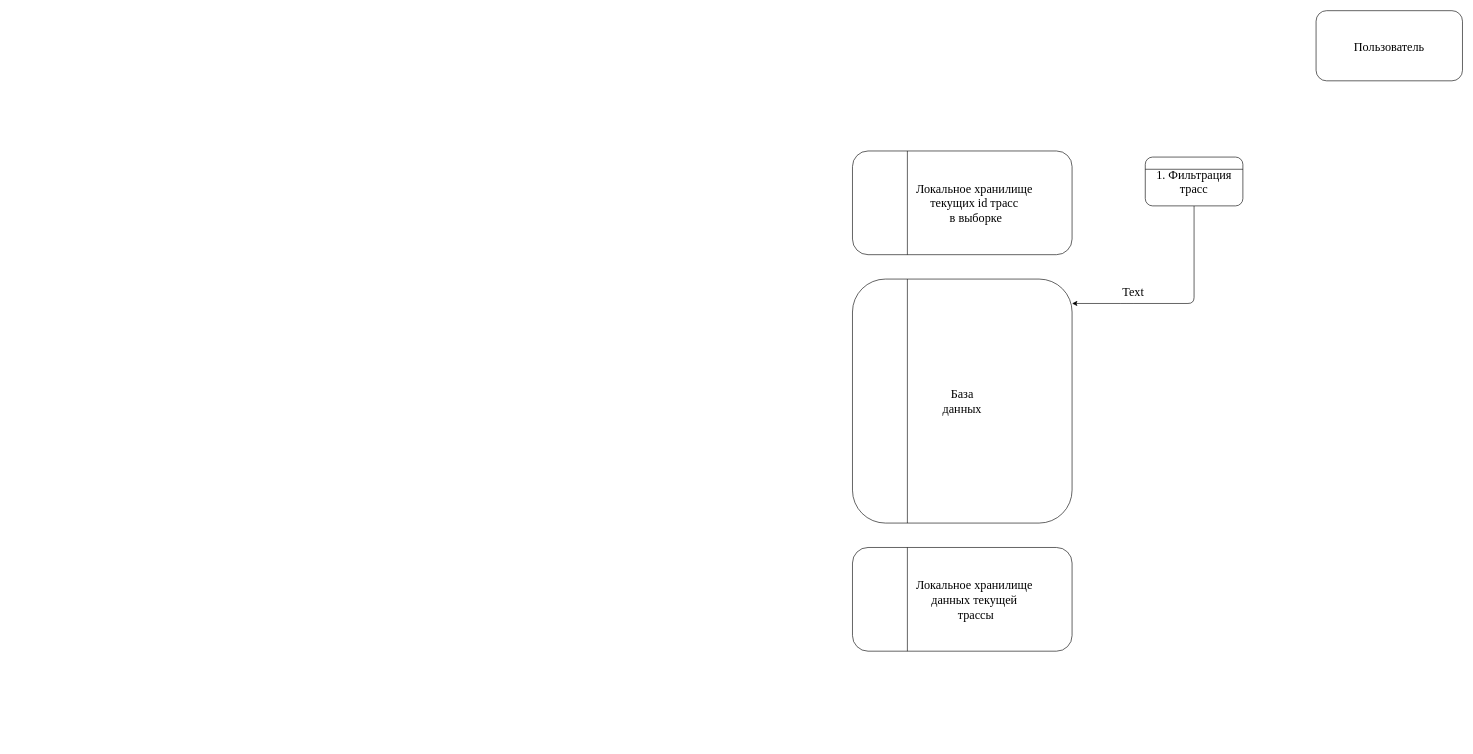
This is Семестр 1/Основы разработки программного обеспечения/lab 3/Схема взаимодействия.drawio from ATOM3448/Fourth-Course, a draw.io file, before an edit. Source tidied: cells renumbered, new cells numbered last; positions are measured from the earlier drawing's top-left corner, leaving out a move shared by most shapes. Both pictures are drawn from the tidied source at 61%, with x=0, y=0 at pixel (852, 10).
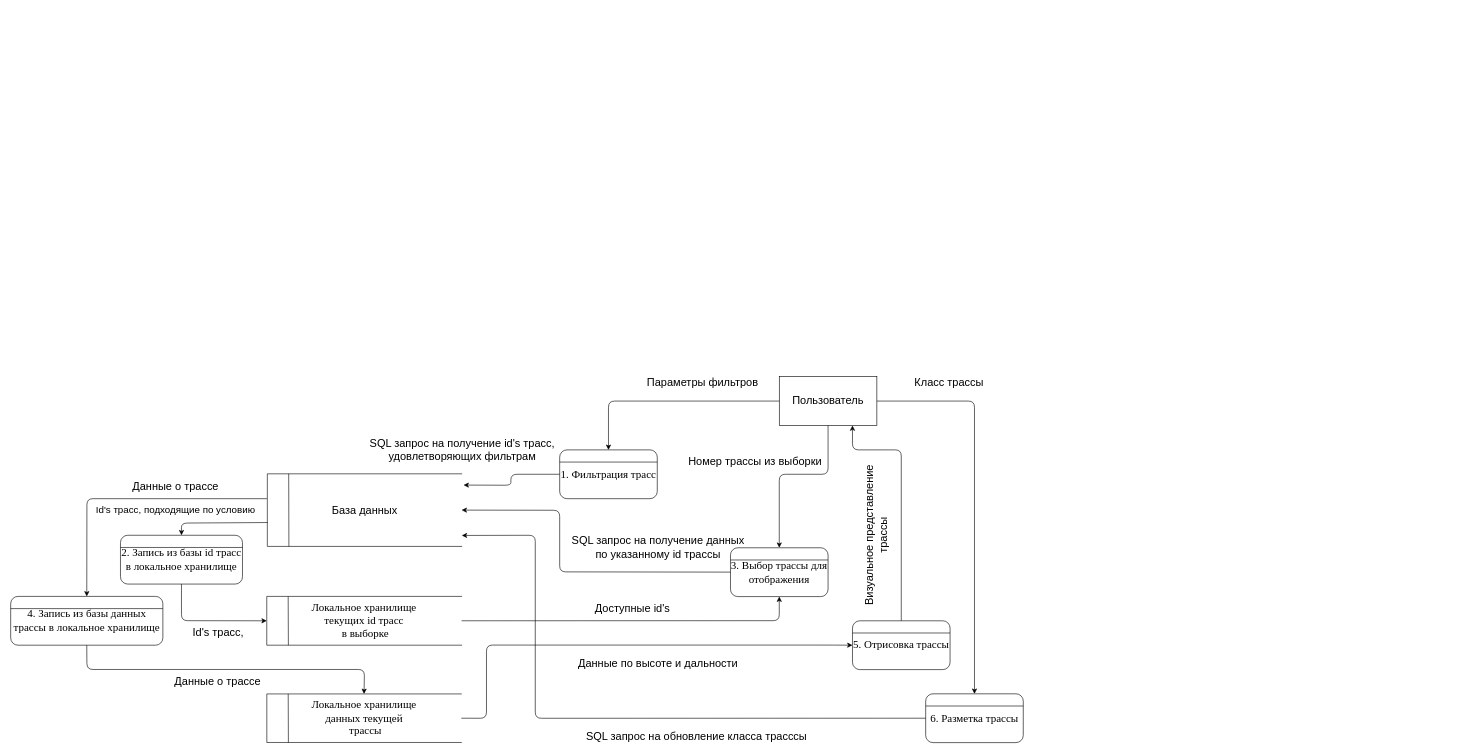
The same diagram, later.

What changed in the source:
```diff
@@
-    <mxCell id="2" style="edgeStyle=none;html=1;fontFamily=Times New Roman;fontSize=20;" parent="1" edge="1" source="4">
-      <mxGeometry relative="1" as="geometry">
-        <mxPoint x="360" y="480" as="targetPoint" />
-        <Array as="points">
-          <mxPoint x="560" y="480" />
-          <mxPoint x="450" y="480" />
-        </Array>
-      </mxGeometry>
-    </mxCell>
-    <mxCell id="3" value="Text" style="edgeLabel;html=1;align=center;verticalAlign=middle;fontSize=20;fontFamily=Times New Roman;" parent="2" vertex="1">
-      <mxGeometry x="0.44" y="4" relative="1" as="geometry">
-        <mxPoint x="-2" y="-24" as="offset" />
-      </mxGeometry>
-    </mxCell>
+    <mxCell id="13" value="SQL запрос на получение id's трасс,&lt;br&gt;удовлетворяющих фильтрам" style="edgeStyle=none;html=1;entryX=0.155;entryY=-0.01;entryDx=0;entryDy=0;entryPerimeter=0;fontSize=18;labelBackgroundColor=none;" parent="1" edge="1" source="4" target="6">
+      <mxGeometry x="1" y="-58" relative="1" as="geometry">
+        <Array as="points">
+          <mxPoint x="-560" y="760" />
+          <mxPoint x="-560" y="778" />
+        </Array>
+        <mxPoint x="-2" as="offset" />
+      </mxGeometry>
+    </mxCell>
-    <mxCell id="4" value="1. Фильтрация трасс" style="rounded=1;whiteSpace=wrap;html=1;fontFamily=Times New Roman;fontSize=20;" parent="1" vertex="1">
-      <mxGeometry x="480" y="240" width="160" height="80" as="geometry" />
+    <mxCell id="4" value="1. Фильтрация трасс" style="rounded=1;whiteSpace=wrap;html=1;fontFamily=Times New Roman;fontSize=18;fillColor=none;" parent="1" vertex="1">
+      <mxGeometry x="-480" y="720" width="160" height="80" as="geometry" />
     </mxCell>
-    <mxCell id="5" value="Пользователь" style="rounded=1;whiteSpace=wrap;html=1;fontFamily=Times New Roman;fontSize=20;" parent="1" vertex="1">
-      <mxGeometry x="760" width="240" height="115" as="geometry" />
-    </mxCell>
-    <mxCell id="6" value="База&lt;br&gt;данных" style="rounded=1;whiteSpace=wrap;html=1;fontFamily=Times New Roman;fontSize=20;" parent="1" vertex="1">
-      <mxGeometry y="440" width="360" height="400" as="geometry" />
-    </mxCell>
-    <mxCell id="7" style="endArrow=none;html=1;fontFamily=Times New Roman;fontSize=20;entryX=1;entryY=0.25;entryDx=0;entryDy=0;exitX=0;exitY=0.25;exitDx=0;exitDy=0;" parent="1" edge="1" source="4" target="4">
+    <mxCell id="7" style="endArrow=none;html=1;fontFamily=Times New Roman;fontSize=18;entryX=1;entryY=0.25;entryDx=0;entryDy=0;exitX=0;exitY=0.25;exitDx=0;exitDy=0;" parent="1" edge="1" source="4" target="4">
       <mxGeometry relative="1" as="geometry" />
     </mxCell>
-    <mxCell id="8" style="endArrow=none;html=1;fontFamily=Times New Roman;fontSize=20;exitX=0.25;exitY=1;exitDx=0;exitDy=0;entryX=0.25;entryY=0;entryDx=0;entryDy=0;" parent="1" edge="1" source="6" target="6">
+    <mxCell id="8" style="endArrow=none;html=1;fontFamily=Times New Roman;fontSize=18;exitX=1.001;exitY=0.889;exitDx=0;exitDy=0;exitPerimeter=0;entryX=0;entryY=0.89;entryDx=0;entryDy=0;entryPerimeter=0;" parent="1" edge="1" source="6" target="6">
       <mxGeometry relative="1" as="geometry" />
     </mxCell>
+    <mxCell id="14" value="Параметры фильтров" style="edgeStyle=none;html=1;entryX=0.5;entryY=0;entryDx=0;entryDy=0;fontSize=18;labelBackgroundColor=none;" parent="1" edge="1" source="5" target="4">
+      <mxGeometry x="-0.3" y="-30" relative="1" as="geometry">
+        <Array as="points">
+          <mxPoint x="-400" y="640" />
+        </Array>
+      </mxGeometry>
+    </mxCell>
+    <mxCell id="15" value="Класс трассы" style="edgeStyle=none;html=1;entryX=0.5;entryY=0;entryDx=0;entryDy=0;fontSize=18;labelBackgroundColor=none;" parent="1" edge="1" source="5" target="26">
+      <mxGeometry x="-0.63" y="30" relative="1" as="geometry">
+        <Array as="points">
+          <mxPoint x="200" y="640" />
+        </Array>
+      </mxGeometry>
+    </mxCell>
+    <mxCell id="16" value="Номер трассы из выборки" style="edgeStyle=none;html=1;entryX=0.5;entryY=0;entryDx=0;entryDy=0;fontSize=18;labelBackgroundColor=none;" parent="1" edge="1" source="5" target="29">
+      <mxGeometry x="0.14" y="-45" relative="1" as="geometry">
+        <Array as="points">
+          <mxPoint x="-40" y="760" />
+          <mxPoint x="-120" y="760" />
+        </Array>
+        <mxPoint x="5" y="-20" as="offset" />
+      </mxGeometry>
+    </mxCell>
+    <mxCell id="5" value="Пользователь" style="rounded=0;whiteSpace=wrap;html=1;fontSize=18;fillColor=none;" parent="1" vertex="1">
+      <mxGeometry x="-120" y="600" width="160" height="80" as="geometry" />
+    </mxCell>
+    <mxCell id="17" value="&lt;span style=&quot;font-family: Helvetica; font-size: 18px; font-style: normal; font-variant-ligatures: normal; font-variant-caps: normal; font-weight: 400; letter-spacing: normal; orphans: 2; text-align: center; text-indent: 0px; text-transform: none; widows: 2; word-spacing: 0px; -webkit-text-stroke-width: 0px; text-decoration-thickness: initial; text-decoration-style: initial; text-decoration-color: initial; float: none; display: inline !important;&quot;&gt;Данные о трассе&lt;/span&gt;" style="edgeStyle=none;html=1;entryX=0.5;entryY=0;entryDx=0;entryDy=0;labelBackgroundColor=none;fontSize=18;fontColor=default;" parent="1" edge="1" target="34">
+      <mxGeometry x="-0.34" y="-20" relative="1" as="geometry">
+        <mxPoint x="-960" y="800" as="sourcePoint" />
+        <Array as="points">
+          <mxPoint x="-1255" y="800" />
+        </Array>
+      </mxGeometry>
+    </mxCell>
+    <mxCell id="18" value="&lt;span style=&quot;font-family: Helvetica; font-size: 16px; font-style: normal; font-variant-ligatures: normal; font-variant-caps: normal; font-weight: 400; letter-spacing: normal; orphans: 2; text-align: center; text-indent: 0px; text-transform: none; widows: 2; word-spacing: 0px; -webkit-text-stroke-width: 0px; text-decoration-thickness: initial; text-decoration-style: initial; text-decoration-color: initial; float: none; display: inline !important;&quot;&gt;Id's трасс, подходящие по условию&lt;/span&gt;" style="edgeStyle=none;html=1;fontSize=16;exitX=0.671;exitY=0.998;exitDx=0;exitDy=0;exitPerimeter=0;labelBackgroundColor=none;" parent="1" edge="1" source="6" target="31">
+      <mxGeometry x="0.75" y="-23" relative="1" as="geometry">
+        <Array as="points">
+          <mxPoint x="-1100" y="840" />
+        </Array>
+        <mxPoint x="13" y="-22" as="offset" />
+      </mxGeometry>
+    </mxCell>
+    <mxCell id="6" value="База данных" style="shape=partialRectangle;whiteSpace=wrap;html=1;bottom=1;right=1;left=1;top=0;fillColor=none;routingCenterX=-0.5;rounded=0;fontSize=18;rotation=90;verticalAlign=middle;textDirection=ltr;horizontal=0;" parent="1" vertex="1">
+      <mxGeometry x="-859.5" y="659.5" width="119" height="318.5" as="geometry" />
+    </mxCell>
+    <mxCell id="12" style="endArrow=none;html=1;fontFamily=Times New Roman;fontSize=18;exitX=1.001;exitY=0.889;exitDx=0;exitDy=0;exitPerimeter=0;entryX=0;entryY=0.89;entryDx=0;entryDy=0;entryPerimeter=0;" parent="1" edge="1" source="11" target="11">
+      <mxGeometry relative="1" as="geometry" />
+    </mxCell>
+    <mxCell id="19" value="&lt;span style=&quot;font-family: Helvetica; font-size: 18px; font-style: normal; font-variant-ligatures: normal; font-variant-caps: normal; font-weight: 400; letter-spacing: normal; orphans: 2; text-align: center; text-indent: 0px; text-transform: none; widows: 2; word-spacing: 0px; -webkit-text-stroke-width: 0px; text-decoration-thickness: initial; text-decoration-style: initial; text-decoration-color: initial; float: none; display: inline !important;&quot;&gt;Данные по высоте&amp;nbsp;&lt;/span&gt;&lt;span style=&quot;font-family: Helvetica; font-size: 18px; font-style: normal; font-variant-ligatures: normal; font-variant-caps: normal; font-weight: 400; letter-spacing: normal; orphans: 2; text-align: center; text-indent: 0px; text-transform: none; widows: 2; word-spacing: 0px; -webkit-text-stroke-width: 0px; text-decoration-thickness: initial; text-decoration-style: initial; text-decoration-color: initial; float: none; display: inline !important;&quot;&gt;и дальности&lt;/span&gt;" style="edgeStyle=none;html=1;entryX=0;entryY=0.5;entryDx=0;entryDy=0;fontSize=18;exitX=0.5;exitY=0;exitDx=0;exitDy=0;labelBackgroundColor=none;" parent="1" edge="1" source="11" target="23">
+      <mxGeometry x="0.16" y="-30" relative="1" as="geometry">
+        <Array as="points">
+          <mxPoint x="-600" y="1160" />
+          <mxPoint x="-600" y="1040" />
+          <mxPoint x="-40" y="1040" />
+        </Array>
+      </mxGeometry>
+    </mxCell>
+    <mxCell id="11" value="&lt;span style=&quot;font-family: &amp;quot;Times New Roman&amp;quot;;&quot;&gt;Локальное хранилище&lt;/span&gt;&lt;br style=&quot;font-family: &amp;quot;Times New Roman&amp;quot;;&quot;&gt;&lt;span style=&quot;font-family: &amp;quot;Times New Roman&amp;quot;;&quot;&gt;&lt;/span&gt;&lt;span style=&quot;font-family: &amp;quot;Times New Roman&amp;quot;;&quot;&gt;данных текущей&lt;/span&gt;&lt;br style=&quot;font-family: &amp;quot;Times New Roman&amp;quot;;&quot;&gt;&lt;span style=&quot;font-family: &amp;quot;Times New Roman&amp;quot;;&quot;&gt;&lt;/span&gt;&lt;span style=&quot;font-family: &amp;quot;Times New Roman&amp;quot;;&quot;&gt;&amp;nbsp;трассы&lt;/span&gt;" style="shape=partialRectangle;whiteSpace=wrap;html=1;bottom=1;right=1;left=1;top=0;fillColor=none;routingCenterX=-0.5;rounded=0;fontSize=18;rotation=90;verticalAlign=middle;textDirection=ltr;horizontal=0;" parent="1" vertex="1">
+      <mxGeometry x="-840.5" y="1000.5" width="79.6" height="318.8" as="geometry" />
+    </mxCell>
+    <mxCell id="10" style="endArrow=none;html=1;fontFamily=Times New Roman;fontSize=18;exitX=1.001;exitY=0.889;exitDx=0;exitDy=0;exitPerimeter=0;entryX=0;entryY=0.89;entryDx=0;entryDy=0;entryPerimeter=0;" parent="1" edge="1" source="9" target="9">
+      <mxGeometry relative="1" as="geometry" />
+    </mxCell>
+    <mxCell id="20" value="Доступные id's" style="edgeStyle=none;html=1;entryX=0.5;entryY=1;entryDx=0;entryDy=0;fontSize=18;labelBackgroundColor=none;" parent="1" edge="1" source="9" target="29">
+      <mxGeometry y="20" relative="1" as="geometry">
+        <Array as="points">
+          <mxPoint x="-120" y="1000" />
+        </Array>
+      </mxGeometry>
+    </mxCell>
-    <mxCell id="9" value="&lt;span style=&quot;white-space: pre;&quot;&gt;&#9;&lt;/span&gt;Локальное хранилище&lt;br&gt;&lt;span style=&quot;white-space: pre;&quot;&gt;&#9;&lt;/span&gt;текущих id трасс&lt;br&gt;&lt;span style=&quot;white-space: pre;&quot;&gt;&#9;&lt;/span&gt;&amp;nbsp;в выборке" style="rounded=1;whiteSpace=wrap;html=1;fontFamily=Times New Roman;fontSize=20;" parent="1" vertex="1">
-      <mxGeometry y="230" width="360" height="170" as="geometry" />
+    <mxCell id="9" value="&lt;span style=&quot;font-family: &amp;quot;Times New Roman&amp;quot;;&quot;&gt;Локальное хранилище&lt;/span&gt;&lt;br style=&quot;font-family: &amp;quot;Times New Roman&amp;quot;;&quot;&gt;&lt;span style=&quot;font-family: &amp;quot;Times New Roman&amp;quot;;&quot;&gt;&lt;/span&gt;&lt;span style=&quot;font-family: &amp;quot;Times New Roman&amp;quot;;&quot;&gt;текущих id трасс&lt;/span&gt;&lt;br style=&quot;font-family: &amp;quot;Times New Roman&amp;quot;;&quot;&gt;&lt;span style=&quot;font-family: &amp;quot;Times New Roman&amp;quot;;&quot;&gt;&lt;/span&gt;&lt;span style=&quot;font-family: &amp;quot;Times New Roman&amp;quot;;&quot;&gt;&amp;nbsp;в выборке&lt;/span&gt;" style="shape=partialRectangle;whiteSpace=wrap;html=1;bottom=1;right=1;left=1;top=0;fillColor=none;routingCenterX=-0.5;rounded=0;fontSize=18;rotation=90;verticalAlign=middle;textDirection=ltr;horizontal=0;" parent="1" vertex="1">
+      <mxGeometry x="-840.5" y="840.5" width="80" height="319.4" as="geometry" />
     </mxCell>
-    <mxCell id="10" style="endArrow=none;html=1;fontFamily=Times New Roman;fontSize=20;exitX=0.25;exitY=1;exitDx=0;exitDy=0;entryX=0.25;entryY=0;entryDx=0;entryDy=0;" parent="1" edge="1" source="9" target="9">
-      <mxGeometry relative="1" as="geometry" />
-    </mxCell>
-    <mxCell id="11" value="&lt;span style=&quot;white-space: pre;&quot;&gt;&#9;&lt;/span&gt;Локальное хранилище&lt;br&gt;&lt;span style=&quot;white-space: pre;&quot;&gt;&#9;&lt;/span&gt;данных текущей&lt;br&gt;&lt;span style=&quot;white-space: pre;&quot;&gt;&#9;&lt;/span&gt;&amp;nbsp;трассы" style="rounded=1;whiteSpace=wrap;html=1;fontFamily=Times New Roman;fontSize=20;" parent="1" vertex="1">
-      <mxGeometry y="880" width="360" height="170" as="geometry" />
-    </mxCell>
-    <mxCell id="12" style="endArrow=none;html=1;fontFamily=Times New Roman;fontSize=20;exitX=0.25;exitY=1;exitDx=0;exitDy=0;entryX=0.25;entryY=0;entryDx=0;entryDy=0;" parent="1" edge="1" source="11" target="11">
-      <mxGeometry relative="1" as="geometry" />
-    </mxCell>
+    <mxCell id="21" style="endArrow=none;html=1;fontFamily=Times New Roman;fontSize=18;entryX=1;entryY=0.25;entryDx=0;entryDy=0;exitX=0;exitY=0.25;exitDx=0;exitDy=0;" parent="1" edge="1" source="29" target="29">
+      <mxGeometry relative="1" as="geometry" />
+    </mxCell>
+    <mxCell id="22" value="Визуальное представление&lt;br&gt;трассы" style="edgeStyle=none;entryX=0.75;entryY=1;entryDx=0;entryDy=0;fontSize=18;horizontal=0;html=1;verticalAlign=middle;labelBackgroundColor=none;" parent="1" edge="1" source="23" target="5">
+      <mxGeometry x="-0.3" y="40" relative="1" as="geometry">
+        <Array as="points">
+          <mxPoint x="80" y="720" />
+          <mxPoint y="720" />
+        </Array>
+      </mxGeometry>
+    </mxCell>
+    <mxCell id="23" value="5. Отрисовка трассы" style="rounded=1;whiteSpace=wrap;html=1;fontFamily=Times New Roman;fontSize=18;fillColor=none;" parent="1" vertex="1">
+      <mxGeometry y="1000.2" width="160" height="80" as="geometry" />
+    </mxCell>
+    <mxCell id="24" style="endArrow=none;html=1;fontFamily=Times New Roman;fontSize=18;entryX=1;entryY=0.25;entryDx=0;entryDy=0;exitX=0;exitY=0.25;exitDx=0;exitDy=0;" parent="1" edge="1" source="23" target="23">
+      <mxGeometry relative="1" as="geometry" />
+    </mxCell>
+    <mxCell id="25" value="&lt;span style=&quot;font-family: Helvetica; font-size: 18px; font-style: normal; font-variant-ligatures: normal; font-variant-caps: normal; font-weight: 400; letter-spacing: normal; orphans: 2; text-align: center; text-indent: 0px; text-transform: none; widows: 2; word-spacing: 0px; -webkit-text-stroke-width: 0px; text-decoration-thickness: initial; text-decoration-style: initial; text-decoration-color: initial; float: none; display: inline !important;&quot;&gt;SQL запрос на обновление класса трасссы&lt;/span&gt;" style="edgeStyle=none;html=1;entryX=0.849;entryY=-0.001;entryDx=0;entryDy=0;fontSize=18;entryPerimeter=0;exitX=0;exitY=0.5;exitDx=0;exitDy=0;labelBackgroundColor=none;" parent="1" edge="1" source="26" target="6">
+      <mxGeometry x="-0.29" y="30" relative="1" as="geometry">
+        <Array as="points">
+          <mxPoint x="-520" y="1160" />
+          <mxPoint x="-520" y="860" />
+        </Array>
+      </mxGeometry>
+    </mxCell>
+    <mxCell id="26" value="6. Разметка трассы" style="rounded=1;whiteSpace=wrap;html=1;fontFamily=Times New Roman;fontSize=18;fillColor=none;" parent="1" vertex="1">
+      <mxGeometry x="120" y="1119.9" width="160" height="80" as="geometry" />
+    </mxCell>
+    <mxCell id="27" style="endArrow=none;html=1;fontFamily=Times New Roman;fontSize=18;entryX=1;entryY=0.25;entryDx=0;entryDy=0;exitX=0;exitY=0.25;exitDx=0;exitDy=0;" parent="1" edge="1" source="26" target="26">
+      <mxGeometry relative="1" as="geometry" />
+    </mxCell>
+    <mxCell id="28" value="&lt;span style=&quot;font-family: Helvetica; font-size: 18px; font-style: normal; font-variant-ligatures: normal; font-variant-caps: normal; font-weight: 400; letter-spacing: normal; orphans: 2; text-align: center; text-indent: 0px; text-transform: none; widows: 2; word-spacing: 0px; -webkit-text-stroke-width: 0px; text-decoration-thickness: initial; text-decoration-style: initial; text-decoration-color: initial; float: none; display: inline !important;&quot;&gt;SQL запрос на получение данных&lt;br&gt;по указанному id трассы&lt;/span&gt;" style="edgeStyle=none;html=1;entryX=0.5;entryY=0;entryDx=0;entryDy=0;fontSize=18;labelBackgroundColor=none;" parent="1" edge="1" source="29" target="6">
+      <mxGeometry x="-0.56" y="-40" relative="1" as="geometry">
+        <Array as="points">
+          <mxPoint x="-480" y="920" />
+          <mxPoint x="-480" y="819" />
+        </Array>
+      </mxGeometry>
+    </mxCell>
+    <mxCell id="29" value="3. Выбор трассы для отображения" style="rounded=1;whiteSpace=wrap;html=1;fontFamily=Times New Roman;fontSize=18;fillColor=none;" parent="1" vertex="1">
+      <mxGeometry x="-200" y="880.5" width="160" height="80" as="geometry" />
+    </mxCell>
+    <mxCell id="30" value="&lt;span style=&quot;font-family: Helvetica; font-style: normal; font-variant-ligatures: normal; font-variant-caps: normal; font-weight: 400; letter-spacing: normal; orphans: 2; text-align: center; text-indent: 0px; text-transform: none; widows: 2; word-spacing: 0px; -webkit-text-stroke-width: 0px; text-decoration-thickness: initial; text-decoration-style: initial; text-decoration-color: initial; float: none; display: inline !important;&quot;&gt;&lt;font style=&quot;font-size: 18px;&quot;&gt;Id's трасс,&lt;/font&gt;&lt;/span&gt;" style="edgeStyle=none;html=1;entryX=0.5;entryY=1;entryDx=0;entryDy=0;fontSize=18;labelBackgroundColor=none;fontColor=default;" parent="1" edge="1" source="31" target="9">
+      <mxGeometry x="0.2" y="-20" relative="1" as="geometry">
+        <Array as="points">
+          <mxPoint x="-1100" y="1000" />
+        </Array>
+      </mxGeometry>
+    </mxCell>
+    <mxCell id="31" value="2. Запись из базы id трасс в локальное хранилище" style="rounded=1;whiteSpace=wrap;html=1;fontFamily=Times New Roman;fontSize=18;fillColor=none;" parent="1" vertex="1">
+      <mxGeometry x="-1200" y="860" width="200" height="80" as="geometry" />
+    </mxCell>
+    <mxCell id="32" style="endArrow=none;html=1;fontFamily=Times New Roman;fontSize=18;entryX=1;entryY=0.25;entryDx=0;entryDy=0;exitX=0;exitY=0.25;exitDx=0;exitDy=0;" parent="1" edge="1" source="31" target="31">
+      <mxGeometry relative="1" as="geometry" />
+    </mxCell>
+    <mxCell id="33" value="&lt;span style=&quot;font-family: Helvetica; font-size: 18px; font-style: normal; font-variant-ligatures: normal; font-variant-caps: normal; font-weight: 400; letter-spacing: normal; orphans: 2; text-align: center; text-indent: 0px; text-transform: none; widows: 2; word-spacing: 0px; -webkit-text-stroke-width: 0px; text-decoration-thickness: initial; text-decoration-style: initial; text-decoration-color: initial; float: none; display: inline !important;&quot;&gt;Данные о трассе&lt;/span&gt;" style="edgeStyle=none;html=1;entryX=0;entryY=0.5;entryDx=0;entryDy=0;fontSize=18;exitX=0.5;exitY=1;exitDx=0;exitDy=0;labelBackgroundColor=none;fontColor=default;" parent="1" edge="1" source="34" target="11">
+      <mxGeometry x="-0.05" y="-20" relative="1" as="geometry">
+        <Array as="points">
+          <mxPoint x="-1255" y="1080" />
+          <mxPoint x="-800" y="1080" />
+        </Array>
+      </mxGeometry>
+    </mxCell>
+    <mxCell id="34" value="4. Запись из базы данных трассы в локальное хранилище" style="rounded=1;whiteSpace=wrap;html=1;fontFamily=Times New Roman;fontSize=18;fillColor=none;" parent="1" vertex="1">
+      <mxGeometry x="-1380" y="960.2" width="249.5" height="80" as="geometry" />
+    </mxCell>
+    <mxCell id="35" style="endArrow=none;html=1;fontFamily=Times New Roman;fontSize=18;entryX=1;entryY=0.25;entryDx=0;entryDy=0;exitX=0;exitY=0.25;exitDx=0;exitDy=0;" parent="1" edge="1" source="34" target="34">
+      <mxGeometry relative="1" as="geometry" />
+    </mxCell>
```
